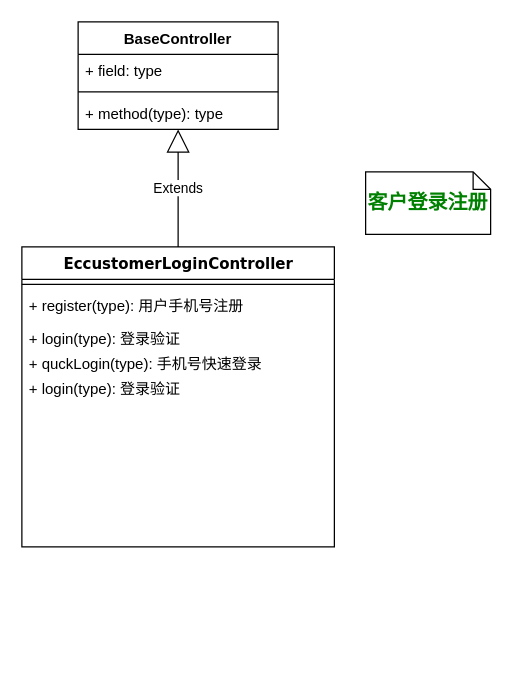
Above: 整体设计图-登录注册.drawio in luweib/itech (draw.io), before the change. Source tidied: cells renumbered, new cells numbered last; positions are measured from the earlier drawing's top-left corner, leaving out a move shared by most shapes. Both pictures are drawn from the tidied source at 125%, with x=0, y=0 at pixel (21, 21).
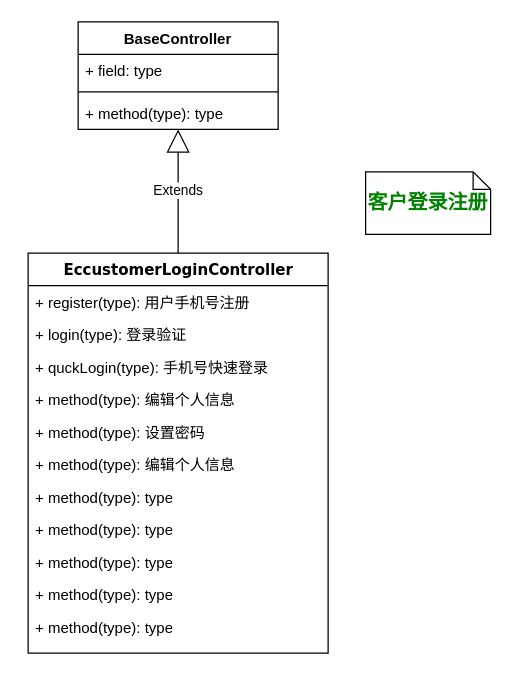
The same diagram, later.

Commit message (it also covers changes not shown here):
更新整体设计图-登录注册.drawio

The edit, as a diff of the source:
```diff
@@
 <mxGraphModel background="#ffffff">
   <root>
     <mxCell id="0" />
     <mxCell id="1" parent="0" />
-    <mxCell id="2" value="EccustomerLoginController" style="swimlane;html=1;fontStyle=1;align=center;verticalAlign=top;horizontal=1;startSize=26;swimlaneFillColor=#ffffff;rounded=0;shadow=0;comic=0;labelBackgroundColor=none;strokeWidth=1;fillColor=none;fontFamily=Verdana;fontSize=12;" parent="1" vertex="1">
-      <mxGeometry y="180" width="250" height="240" as="geometry" />
-    </mxCell>
-    <mxCell id="3" style="line;html=1;strokeWidth=1;fillColor=none;align=left;verticalAlign=middle;spacingTop=-1;spacingLeft=3;spacingRight=3;labelPosition=right;" parent="2" vertex="1">
-      <mxGeometry y="26" width="250" height="8" as="geometry" />
-    </mxCell>
-    <mxCell id="4" value="+ register(type): 用户手机号注册" style="text;html=1;strokeColor=none;fillColor=none;align=left;verticalAlign=top;spacingLeft=4;spacingRight=4;whiteSpace=wrap;overflow=hidden;" parent="2" vertex="1">
-      <mxGeometry y="34" width="250" height="26" as="geometry" />
-    </mxCell>
-    <mxCell id="5" value="+ login(type): 登录验证" style="text;html=1;strokeColor=none;fillColor=none;align=left;verticalAlign=top;spacingLeft=4;spacingRight=4;whiteSpace=wrap;overflow=hidden;" parent="2" vertex="1">
-      <mxGeometry y="60" width="250" height="20" as="geometry" />
-    </mxCell>
-    <mxCell id="6" value="+&amp;nbsp;&lt;span style=&quot;white-space: nowrap&quot;&gt;quckLogin&lt;/span&gt;(type): 手机号快速登录" style="text;html=1;strokeColor=none;fillColor=none;align=left;verticalAlign=top;spacingLeft=4;spacingRight=4;whiteSpace=wrap;overflow=hidden;" parent="2" vertex="1">
-      <mxGeometry y="80" width="250" height="20" as="geometry" />
-    </mxCell>
-    <mxCell id="7" value="+ login(type): 登录验证" style="text;html=1;strokeColor=none;fillColor=none;align=left;verticalAlign=top;spacingLeft=4;spacingRight=4;whiteSpace=wrap;overflow=hidden;" parent="2" vertex="1">
-      <mxGeometry y="100" width="250" height="30" as="geometry" />
-    </mxCell>
     <mxCell id="8" value="&lt;pre style=&quot;background-color: rgb(255 , 255 , 255) ; font-size: 12pt&quot;&gt;&lt;span style=&quot;color: #008000 ; font-weight: bold&quot;&gt;客户登录注册&lt;/span&gt;&lt;/pre&gt;" style="shape=note;whiteSpace=wrap;html=1;size=14;verticalAlign=top;align=left;spacingTop=-6;" parent="1" vertex="1">
       <mxGeometry x="275" y="120" width="100" height="50" as="geometry" />
     </mxCell>
     <mxCell id="9" value="BaseController" style="swimlane;fontStyle=1;align=center;verticalAlign=top;horizontal=1;startSize=26;" parent="1" vertex="1">
       <mxGeometry x="45" width="160" height="86" as="geometry" />
     </mxCell>
     <mxCell id="10" value="+ field: type" style="text;strokeColor=none;fillColor=none;align=left;verticalAlign=top;spacingLeft=4;spacingRight=4;overflow=hidden;" parent="9" vertex="1">
       <mxGeometry y="26" width="160" height="26" as="geometry" />
     </mxCell>
     <mxCell id="11" style="line;strokeWidth=1;fillColor=none;align=left;verticalAlign=middle;spacingTop=-1;spacingLeft=3;spacingRight=3;labelPosition=right;" parent="9" vertex="1">
       <mxGeometry y="52" width="160" height="8" as="geometry" />
     </mxCell>
     <mxCell id="12" value="+ method(type): type" style="text;strokeColor=none;fillColor=none;align=left;verticalAlign=top;spacingLeft=4;spacingRight=4;overflow=hidden;" parent="9" vertex="1">
       <mxGeometry y="60" width="160" height="26" as="geometry" />
     </mxCell>
     <mxCell id="13" value="Extends" style="endArrow=block;endSize=16;endFill=0;html=1;exitX=0.5;exitY=0;exitDx=0;exitDy=0;" parent="1" edge="1" source="2" target="9">
       <mxGeometry relative="1" as="geometry" />
     </mxCell>
+    <mxCell id="2" value="EccustomerLoginController" style="swimlane;html=1;fontStyle=1;align=center;verticalAlign=top;horizontal=1;startSize=26;swimlaneFillColor=#ffffff;rounded=0;shadow=0;comic=0;labelBackgroundColor=none;strokeWidth=1;fillColor=none;fontFamily=Verdana;fontSize=12;" parent="1" vertex="1">
+      <mxGeometry x="5" y="185" width="240" height="320" as="geometry" />
+    </mxCell>
+    <mxCell id="4" value="+ register(type): 用户手机号注册" style="text;html=1;strokeColor=none;fillColor=none;align=left;verticalAlign=top;spacingLeft=4;spacingRight=4;whiteSpace=wrap;overflow=hidden;" parent="2" vertex="1">
+      <mxGeometry y="26" width="240" height="26" as="geometry" />
+    </mxCell>
+    <mxCell id="14" value="+ login(type): 登录验证" style="text;html=1;strokeColor=none;fillColor=none;align=left;verticalAlign=top;spacingLeft=4;spacingRight=4;whiteSpace=wrap;overflow=hidden;" parent="2" vertex="1">
+      <mxGeometry y="52" width="240" height="26" as="geometry" />
+    </mxCell>
+    <mxCell id="6" value="+&amp;nbsp;&lt;span style=&quot;white-space: nowrap&quot;&gt;quckLogin&lt;/span&gt;(type): 手机号快速登录" style="text;html=1;strokeColor=none;fillColor=none;align=left;verticalAlign=top;spacingLeft=4;spacingRight=4;whiteSpace=wrap;overflow=hidden;" parent="2" vertex="1">
+      <mxGeometry y="78" width="240" height="26" as="geometry" />
+    </mxCell>
+    <mxCell id="15" value="+ method(type): 编辑个人信息" style="text;html=1;strokeColor=none;fillColor=none;align=left;verticalAlign=top;spacingLeft=4;spacingRight=4;whiteSpace=wrap;overflow=hidden;" parent="2" vertex="1">
+      <mxGeometry y="104" width="240" height="26" as="geometry" />
+    </mxCell>
+    <mxCell id="16" value="+ method(type): 设置密码" style="text;html=1;strokeColor=none;fillColor=none;align=left;verticalAlign=top;spacingLeft=4;spacingRight=4;whiteSpace=wrap;overflow=hidden;" parent="2" vertex="1">
+      <mxGeometry y="130" width="240" height="26" as="geometry" />
+    </mxCell>
+    <mxCell id="17" value="+ method(type): 编辑个人信息" style="text;html=1;strokeColor=none;fillColor=none;align=left;verticalAlign=top;spacingLeft=4;spacingRight=4;whiteSpace=wrap;overflow=hidden;" parent="2" vertex="1">
+      <mxGeometry y="156" width="240" height="26" as="geometry" />
+    </mxCell>
+    <mxCell id="18" value="+ method(type): type" style="text;html=1;strokeColor=none;fillColor=none;align=left;verticalAlign=top;spacingLeft=4;spacingRight=4;whiteSpace=wrap;overflow=hidden;" parent="2" vertex="1">
+      <mxGeometry y="182" width="240" height="26" as="geometry" />
+    </mxCell>
+    <mxCell id="19" value="+ method(type): type" style="text;html=1;strokeColor=none;fillColor=none;align=left;verticalAlign=top;spacingLeft=4;spacingRight=4;whiteSpace=wrap;overflow=hidden;" parent="2" vertex="1">
+      <mxGeometry y="208" width="240" height="26" as="geometry" />
+    </mxCell>
+    <mxCell id="20" value="+ method(type): type" style="text;html=1;strokeColor=none;fillColor=none;align=left;verticalAlign=top;spacingLeft=4;spacingRight=4;whiteSpace=wrap;overflow=hidden;" parent="2" vertex="1">
+      <mxGeometry y="234" width="240" height="26" as="geometry" />
+    </mxCell>
+    <mxCell id="21" value="+ method(type): type" style="text;html=1;strokeColor=none;fillColor=none;align=left;verticalAlign=top;spacingLeft=4;spacingRight=4;whiteSpace=wrap;overflow=hidden;" parent="2" vertex="1">
+      <mxGeometry y="260" width="240" height="26" as="geometry" />
+    </mxCell>
+    <mxCell id="22" value="+ method(type): type" style="text;html=1;strokeColor=none;fillColor=none;align=left;verticalAlign=top;spacingLeft=4;spacingRight=4;whiteSpace=wrap;overflow=hidden;" parent="2" vertex="1">
+      <mxGeometry y="286" width="240" height="26" as="geometry" />
+    </mxCell>
   </root>
 </mxGraphModel>
```
